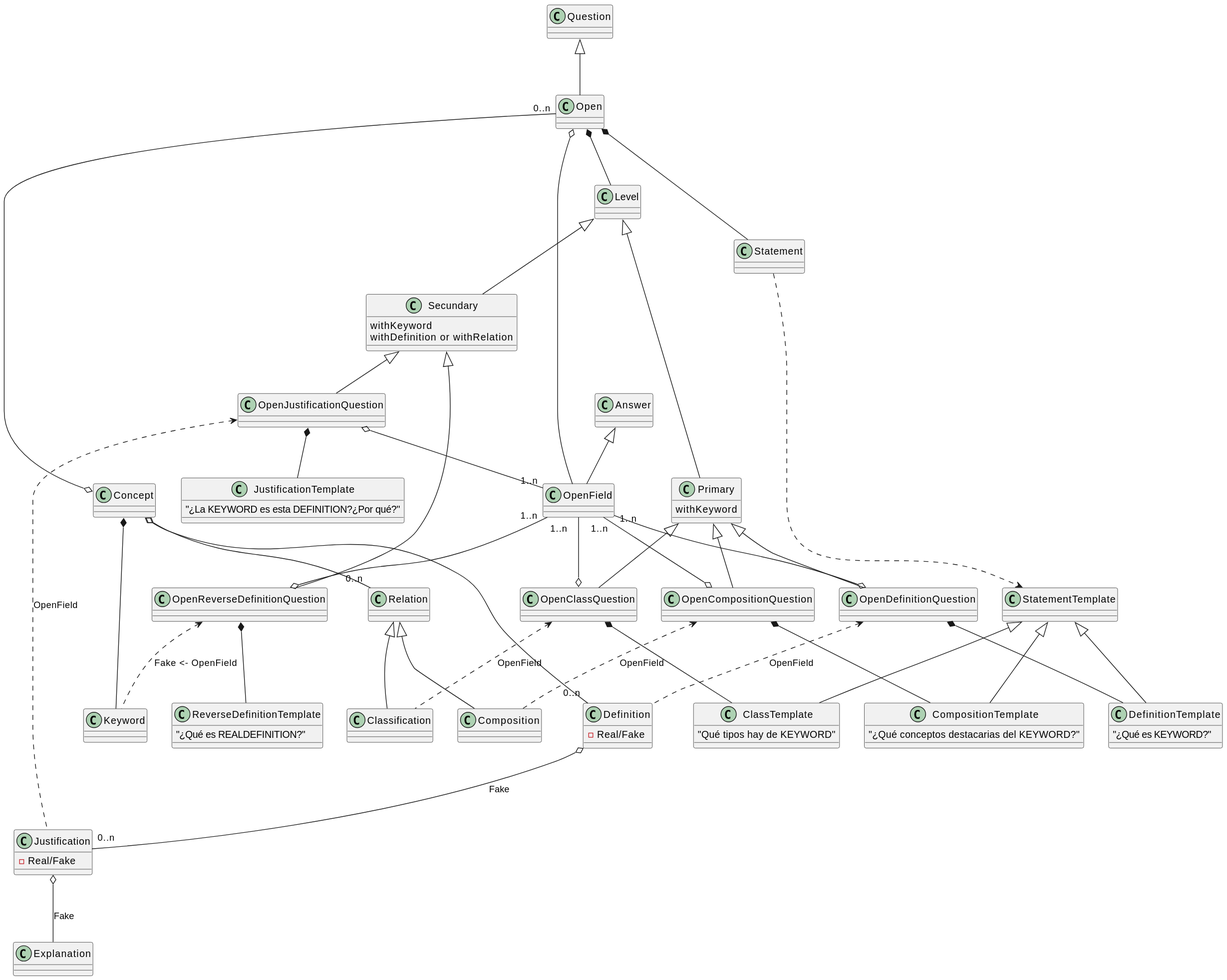
Joselon/ProyectoOpoTest keeps this PlantUML diagram as out/doc/dominio_detail_concept/ConceptDomainDetail.svg. Above is the earlier version.
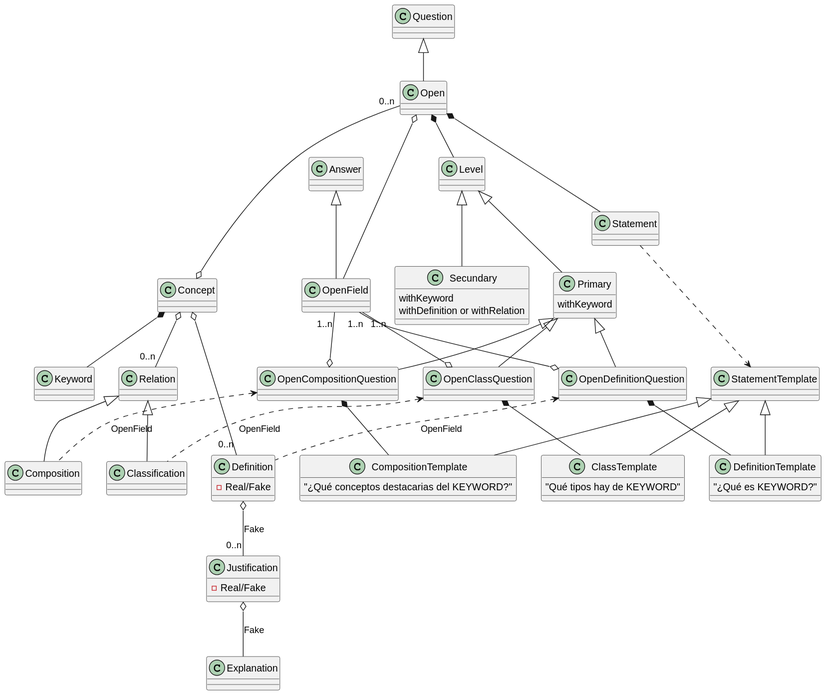
Above is the later version.

Commit message:
Añadiendo subcategorias 0.1 fix Diagramas2

Change to the diagram source:
```diff
@@ -37,9 +37,7 @@
 
 class OpenCompositionQuestion
 
-class OpenReverseDefinitionQuestion
 
-class OpenJustificationQuestion
 
 class Question
 
@@ -62,13 +60,7 @@
     "¿Qué conceptos destacarias del KEYWORD?"
 }
 
-class JustificationTemplate {
-    "¿La KEYWORD es esta DEFINITION?¿Por qué?"
-}
 
-class ReverseDefinitionTemplate {
-    "¿Qué es REALDEFINITION?"
-}
 
 class Answer
 
@@ -113,14 +105,6 @@
 OpenField "1..n"--o OpenCompositionQuestion
 OpenCompositionQuestion <.. Composition :OpenField
 
-Secundary <|-- OpenReverseDefinitionQuestion
-OpenReverseDefinitionQuestion *-- ReverseDefinitionTemplate
-OpenField "1..n" --o OpenReverseDefinitionQuestion
-OpenReverseDefinitionQuestion <.. Keyword :Fake <- OpenField
 
-Secundary <|-- OpenJustificationQuestion
-OpenJustificationQuestion *-- JustificationTemplate
-OpenJustificationQuestion o--"1..n" OpenField
-OpenJustificationQuestion <.. Justification :OpenField
 
 @enduml
```
